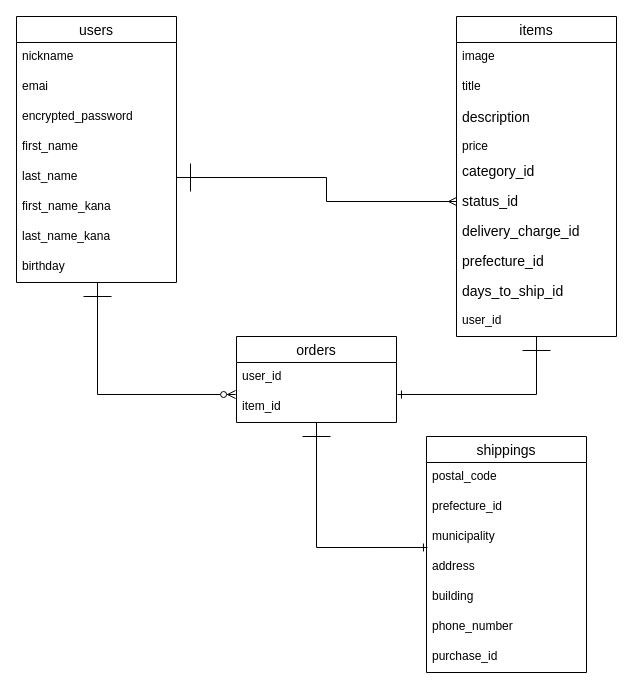
Earlier version of the draw.io diagram DB_ER.dio (Sashimi0343/furima-35172). Source tidied: cells renumbered, new cells numbered last; positions are measured from the earlier drawing's top-left corner, leaving out a move shared by most shapes. Both pictures are drawn from the tidied source at 100%, with x=0, y=0 at pixel (16, 16).
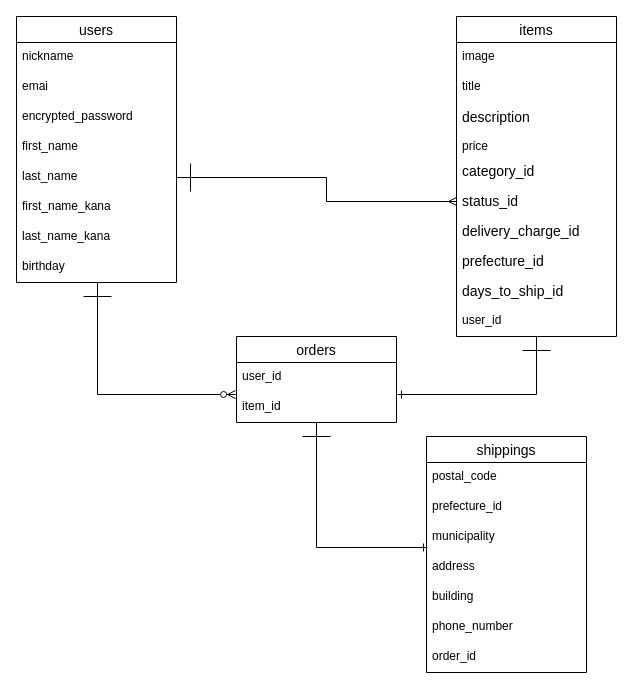
After the change.

The change refers to these unchanged cells:
```xml
<mxCell id="28" value="shippings" style="swimlane;fontStyle=0;horizontal=1;startSize=26;align=center;fontSize=14;" parent="1" vertex="1">
  <mxGeometry x="410" y="420" width="160" height="236" as="geometry" />
</mxCell>
```

Diff of the diagram source:
```diff
@@
-    <mxCell id="35" value="purchase_id" style="text;strokeColor=none;fillColor=none;spacingLeft=4;spacingRight=4;overflow=hidden;fontSize=12;" parent="28" vertex="1">
+    <mxCell id="35" value="order_id" style="text;strokeColor=none;fillColor=none;spacingLeft=4;spacingRight=4;overflow=hidden;fontSize=12;" parent="28" vertex="1">
       <mxGeometry y="206" width="160" height="30" as="geometry" />
     </mxCell>
```
